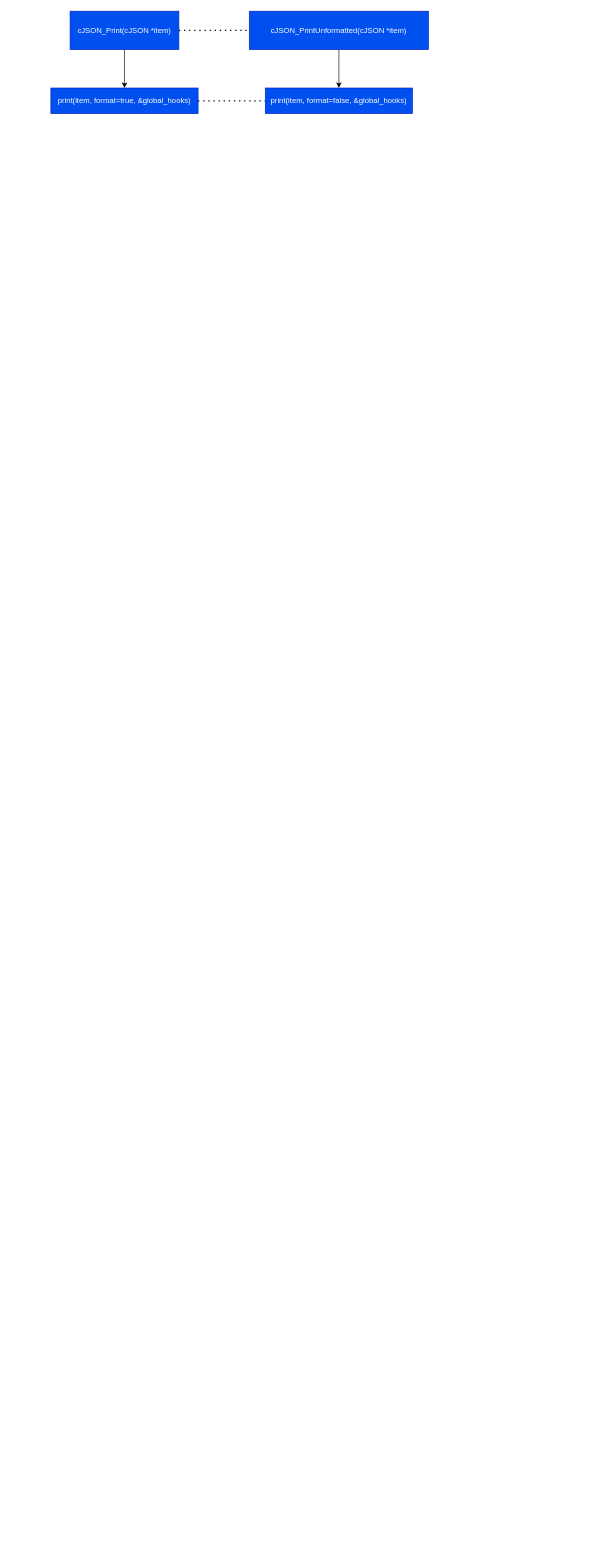
LHX9000/CJSON-NWPU-StudentTask keeps this draw.io diagram as images/创建JSON流程绘图.drawio. Above is the earlier version. Source tidied: cells renumbered, new cells numbered last; positions are measured from the earlier drawing's top-left corner, leaving out a move shared by most shapes. Both pictures are drawn from the tidied source at 64%, with x=0, y=0 at pixel (51, 11).
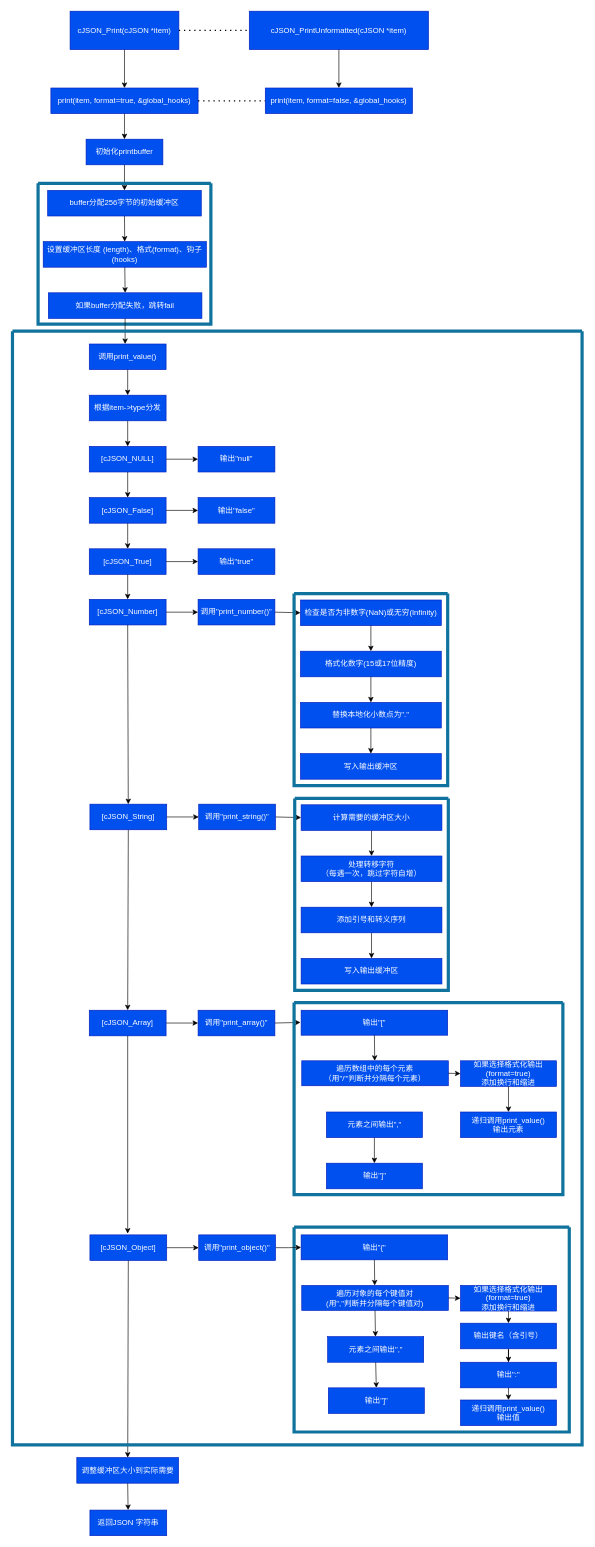
The same page after the edit.

Commit message:
更新创建JSON流程绘图.drawio

The change refers to these unchanged cells:
```xml
<mxCell id="5" value="print(item, format=true, &amp;amp;global_hooks)" style="rounded=0;whiteSpace=wrap;html=1;fillColor=#0050ef;fontColor=#ffffff;strokeColor=#001DBC;" parent="1" vertex="1">
  <mxGeometry y="120" width="230" height="40" as="geometry" />
</mxCell>
```

What changed in the source:
```diff
@@
+    <mxCell id="10" value="初始化printbuffer" style="rounded=0;whiteSpace=wrap;html=1;fillColor=#0050ef;fontColor=#ffffff;strokeColor=#001DBC;" parent="1" vertex="1">
+      <mxGeometry x="55" y="200" width="120" height="40" as="geometry" />
+    </mxCell>
+    <mxCell id="11" style="endArrow=classic;html=1;rounded=0;exitX=0.5;exitY=1;exitDx=0;exitDy=0;entryX=0.5;entryY=0;entryDx=0;entryDy=0;" parent="1" edge="1" source="5" target="10">
+      <mxGeometry relative="1" as="geometry" />
+    </mxCell>
+    <mxCell id="12" value="buffer分配256字节的初始缓冲区" style="rounded=0;whiteSpace=wrap;html=1;fillColor=#0050ef;fontColor=#ffffff;strokeColor=#001DBC;" parent="1" vertex="1">
+      <mxGeometry x="-5" y="280" width="240" height="40" as="geometry" />
+    </mxCell>
+    <mxCell id="13" style="endArrow=classic;html=1;rounded=0;exitX=0.5;exitY=1;exitDx=0;exitDy=0;" parent="1" edge="1" source="10" target="12">
+      <mxGeometry relative="1" as="geometry" />
+    </mxCell>
+    <mxCell id="14" value="设置缓冲区长度 (length)、格式(format)、钩子(hooks)" style="rounded=0;whiteSpace=wrap;html=1;fillColor=#0050ef;fontColor=#ffffff;strokeColor=#001DBC;" parent="1" vertex="1">
+      <mxGeometry x="-12" y="360" width="255" height="40" as="geometry" />
+    </mxCell>
+    <mxCell id="15" style="endArrow=classic;html=1;rounded=0;exitX=0.5;exitY=1;exitDx=0;exitDy=0;" parent="1" edge="1" source="12" target="14">
+      <mxGeometry relative="1" as="geometry" />
+    </mxCell>
+    <mxCell id="16" value="如果buffer分配失败，跳转fail" style="rounded=0;whiteSpace=wrap;html=1;fillColor=#0050ef;fontColor=#ffffff;strokeColor=#001DBC;" parent="1" vertex="1">
+      <mxGeometry x="-4" y="440" width="240" height="40" as="geometry" />
+    </mxCell>
+    <mxCell id="17" style="endArrow=classic;html=1;rounded=0;exitX=0.5;exitY=1;exitDx=0;exitDy=0;entryX=0.5;entryY=0;entryDx=0;entryDy=0;" parent="1" edge="1" source="14" target="16">
+      <mxGeometry relative="1" as="geometry" />
+    </mxCell>
+    <mxCell id="18" style="swimlane;startSize=0;strokeWidth=5;fillColor=#b1ddf0;strokeColor=#10739e;" parent="1" vertex="1">
+      <mxGeometry x="-20" y="269" width="270" height="220" as="geometry" />
+    </mxCell>
+    <mxCell id="19" style="endArrow=classic;html=1;rounded=0;exitX=0.5;exitY=1;exitDx=0;exitDy=0;" parent="1" edge="1" source="16">
+      <mxGeometry relative="1" as="geometry">
+        <mxPoint x="116" y="520" as="targetPoint" />
+      </mxGeometry>
+    </mxCell>
+    <mxCell id="20" value="调用print_value()" style="rounded=0;whiteSpace=wrap;html=1;fillColor=#0050ef;fontColor=#ffffff;strokeColor=#001DBC;" parent="1" vertex="1">
+      <mxGeometry x="60" y="520" width="120" height="40" as="geometry" />
+    </mxCell>
+    <mxCell id="21" value="根据item-&amp;gt;type分发" style="rounded=0;whiteSpace=wrap;html=1;fillColor=#0050ef;fontColor=#ffffff;strokeColor=#001DBC;" parent="1" vertex="1">
+      <mxGeometry x="60" y="600" width="120" height="40" as="geometry" />
+    </mxCell>
+    <mxCell id="22" style="endArrow=classic;html=1;rounded=0;exitX=0.5;exitY=1;exitDx=0;exitDy=0;entryX=0.5;entryY=0;entryDx=0;entryDy=0;" parent="1" edge="1" source="20" target="21">
+      <mxGeometry relative="1" as="geometry" />
+    </mxCell>
+    <mxCell id="23" value="[cJSON_NULL]" style="rounded=0;whiteSpace=wrap;html=1;fillColor=#0050ef;fontColor=#ffffff;strokeColor=#001DBC;" parent="1" vertex="1">
+      <mxGeometry x="60" y="680" width="120" height="40" as="geometry" />
+    </mxCell>
+    <mxCell id="24" value="[cJSON_False]" style="rounded=0;whiteSpace=wrap;html=1;fillColor=#0050ef;fontColor=#ffffff;strokeColor=#001DBC;" parent="1" vertex="1">
+      <mxGeometry x="60" y="760" width="120" height="40" as="geometry" />
+    </mxCell>
+    <mxCell id="25" value="[cJSON_True]" style="rounded=0;whiteSpace=wrap;html=1;fillColor=#0050ef;fontColor=#ffffff;strokeColor=#001DBC;" parent="1" vertex="1">
+      <mxGeometry x="60" y="840" width="120" height="40" as="geometry" />
+    </mxCell>
+    <mxCell id="26" value="[cJSON_Number]" style="rounded=0;whiteSpace=wrap;html=1;fillColor=#0050ef;fontColor=#ffffff;strokeColor=#001DBC;" parent="1" vertex="1">
+      <mxGeometry x="60" y="919" width="120" height="40" as="geometry" />
+    </mxCell>
+    <mxCell id="27" value="输出&quot;null&quot;" style="rounded=0;whiteSpace=wrap;html=1;fillColor=#0050ef;fontColor=#ffffff;strokeColor=#001DBC;" parent="1" vertex="1">
+      <mxGeometry x="230" y="680" width="120" height="40" as="geometry" />
+    </mxCell>
+    <mxCell id="28" value="输出&quot;false&quot;" style="rounded=0;whiteSpace=wrap;html=1;fillColor=#0050ef;fontColor=#ffffff;strokeColor=#001DBC;" parent="1" vertex="1">
+      <mxGeometry x="230" y="760" width="120" height="40" as="geometry" />
+    </mxCell>
+    <mxCell id="29" value="输出&quot;true&quot;" style="rounded=0;whiteSpace=wrap;html=1;fillColor=#0050ef;fontColor=#ffffff;strokeColor=#001DBC;" parent="1" vertex="1">
+      <mxGeometry x="230" y="840" width="120" height="40" as="geometry" />
+    </mxCell>
+    <mxCell id="30" value="调用&quot;print_number()&quot;" style="rounded=0;whiteSpace=wrap;html=1;fillColor=#0050ef;fontColor=#ffffff;strokeColor=#001DBC;" parent="1" vertex="1">
+      <mxGeometry x="230" y="919" width="120" height="40" as="geometry" />
+    </mxCell>
+    <mxCell id="31" style="endArrow=classic;html=1;rounded=0;exitX=0.5;exitY=1;exitDx=0;exitDy=0;entryX=0.5;entryY=0;entryDx=0;entryDy=0;" parent="1" edge="1" source="21" target="23">
+      <mxGeometry relative="1" as="geometry" />
+    </mxCell>
+    <mxCell id="32" style="endArrow=classic;html=1;rounded=0;exitX=0.5;exitY=1;exitDx=0;exitDy=0;entryX=0.5;entryY=0;entryDx=0;entryDy=0;" parent="1" edge="1" source="23" target="24">
+      <mxGeometry relative="1" as="geometry" />
+    </mxCell>
+    <mxCell id="33" style="endArrow=classic;html=1;rounded=0;exitX=0.5;exitY=1;exitDx=0;exitDy=0;" parent="1" edge="1" source="24" target="25">
+      <mxGeometry relative="1" as="geometry" />
+    </mxCell>
+    <mxCell id="34" style="endArrow=classic;html=1;rounded=0;exitX=0.5;exitY=1;exitDx=0;exitDy=0;entryX=0.5;entryY=0;entryDx=0;entryDy=0;" parent="1" edge="1" source="25" target="26">
+      <mxGeometry relative="1" as="geometry" />
+    </mxCell>
+    <mxCell id="35" style="endArrow=classic;html=1;rounded=0;exitX=1;exitY=0.5;exitDx=0;exitDy=0;entryX=0;entryY=0.5;entryDx=0;entryDy=0;" parent="1" edge="1" source="23" target="27">
+      <mxGeometry relative="1" as="geometry" />
+    </mxCell>
+    <mxCell id="36" style="endArrow=classic;html=1;rounded=0;exitX=1;exitY=0.5;exitDx=0;exitDy=0;entryX=0;entryY=0.5;entryDx=0;entryDy=0;" parent="1" edge="1" source="24" target="28">
+      <mxGeometry relative="1" as="geometry" />
+    </mxCell>
+    <mxCell id="37" style="endArrow=classic;html=1;rounded=0;exitX=1;exitY=0.5;exitDx=0;exitDy=0;entryX=0;entryY=0.5;entryDx=0;entryDy=0;" parent="1" edge="1" source="25" target="29">
+      <mxGeometry relative="1" as="geometry" />
+    </mxCell>
+    <mxCell id="38" style="endArrow=classic;html=1;rounded=0;exitX=1;exitY=0.5;exitDx=0;exitDy=0;entryX=0;entryY=0.5;entryDx=0;entryDy=0;" parent="1" edge="1" source="26" target="30">
+      <mxGeometry relative="1" as="geometry" />
+    </mxCell>
+    <mxCell id="39" style="endArrow=classic;html=1;rounded=0;exitX=1;exitY=0.5;exitDx=0;exitDy=0;" parent="1" edge="1" source="30">
+      <mxGeometry relative="1" as="geometry">
+        <mxPoint x="390" y="940" as="targetPoint" />
+      </mxGeometry>
+    </mxCell>
+    <mxCell id="40" value="检查是否为非数字(NaN)或无穷(Infinity)" style="rounded=0;whiteSpace=wrap;html=1;fillColor=#0050ef;fontColor=#ffffff;strokeColor=#001DBC;" parent="1" vertex="1">
+      <mxGeometry x="390" y="920" width="220" height="40" as="geometry" />
+    </mxCell>
+    <mxCell id="41" style="endArrow=classic;html=1;rounded=0;exitX=0.5;exitY=1;exitDx=0;exitDy=0;" parent="1" edge="1" source="40">
+      <mxGeometry relative="1" as="geometry">
+        <mxPoint x="500" y="1000" as="targetPoint" />
+      </mxGeometry>
+    </mxCell>
+    <mxCell id="42" value="格式化数字(15或17位精度)" style="rounded=0;whiteSpace=wrap;html=1;fillColor=#0050ef;fontColor=#ffffff;strokeColor=#001DBC;" parent="1" vertex="1">
+      <mxGeometry x="390" y="1000" width="220" height="40" as="geometry" />
+    </mxCell>
+    <mxCell id="43" value="替换本地化小数点为&quot;.&quot;" style="rounded=0;whiteSpace=wrap;html=1;fillColor=#0050ef;fontColor=#ffffff;strokeColor=#001DBC;" parent="1" vertex="1">
+      <mxGeometry x="390" y="1080" width="220" height="40" as="geometry" />
+    </mxCell>
+    <mxCell id="44" style="endArrow=classic;html=1;rounded=0;exitX=0.5;exitY=1;exitDx=0;exitDy=0;entryX=0.5;entryY=0;entryDx=0;entryDy=0;" parent="1" edge="1" source="42" target="43">
+      <mxGeometry relative="1" as="geometry" />
+    </mxCell>
+    <mxCell id="45" value="写入输出缓冲区" style="rounded=0;whiteSpace=wrap;html=1;fillColor=#0050ef;fontColor=#ffffff;strokeColor=#001DBC;" parent="1" vertex="1">
+      <mxGeometry x="390" y="1160" width="220" height="40" as="geometry" />
+    </mxCell>
+    <mxCell id="46" style="endArrow=classic;html=1;rounded=0;exitX=0.5;exitY=1;exitDx=0;exitDy=0;entryX=0.5;entryY=0;entryDx=0;entryDy=0;" parent="1" edge="1" source="43" target="45">
+      <mxGeometry relative="1" as="geometry" />
+    </mxCell>
+    <mxCell id="47" style="swimlane;startSize=0;strokeWidth=5;fillColor=#b1ddf0;strokeColor=#10739e;" parent="1" vertex="1">
+      <mxGeometry x="380" y="910" width="240" height="300" as="geometry" />
+    </mxCell>
+    <mxCell id="48" style="endArrow=classic;html=1;rounded=0;exitX=1;exitY=0.5;exitDx=0;exitDy=0;entryX=0;entryY=0.5;entryDx=0;entryDy=0;" parent="1" edge="1" source="53" target="54">
+      <mxGeometry relative="1" as="geometry" />
+    </mxCell>
+    <mxCell id="49" style="endArrow=classic;html=1;rounded=0;exitX=1;exitY=0.5;exitDx=0;exitDy=0;" parent="1" edge="1" source="54">
+      <mxGeometry relative="1" as="geometry">
+        <mxPoint x="391" y="1260" as="targetPoint" />
+      </mxGeometry>
+    </mxCell>
+    <mxCell id="50" style="endArrow=classic;html=1;rounded=0;exitX=0.5;exitY=1;exitDx=0;exitDy=0;" parent="1" edge="1" source="55">
+      <mxGeometry relative="1" as="geometry">
+        <mxPoint x="501" y="1320" as="targetPoint" />
+      </mxGeometry>
+    </mxCell>
+    <mxCell id="51" style="endArrow=classic;html=1;rounded=0;exitX=0.5;exitY=1;exitDx=0;exitDy=0;entryX=0.5;entryY=0;entryDx=0;entryDy=0;" parent="1" edge="1" source="56" target="57">
+      <mxGeometry relative="1" as="geometry" />
+    </mxCell>
+    <mxCell id="52" style="endArrow=classic;html=1;rounded=0;exitX=0.5;exitY=1;exitDx=0;exitDy=0;entryX=0.5;entryY=0;entryDx=0;entryDy=0;" parent="1" edge="1" source="57" target="58">
+      <mxGeometry relative="1" as="geometry" />
+    </mxCell>
+    <mxCell id="53" value="[cJSON_String]" style="rounded=0;whiteSpace=wrap;html=1;fillColor=#0050ef;fontColor=#ffffff;strokeColor=#001DBC;" parent="1" vertex="1">
+      <mxGeometry x="61" y="1239" width="120" height="40" as="geometry" />
+    </mxCell>
+    <mxCell id="54" value="调用&quot;print_string()&quot;" style="rounded=0;whiteSpace=wrap;html=1;fillColor=#0050ef;fontColor=#ffffff;strokeColor=#001DBC;" parent="1" vertex="1">
+      <mxGeometry x="231" y="1239" width="120" height="40" as="geometry" />
+    </mxCell>
+    <mxCell id="55" value="计算需要的缓冲区大小" style="rounded=0;whiteSpace=wrap;html=1;fillColor=#0050ef;fontColor=#ffffff;strokeColor=#001DBC;" parent="1" vertex="1">
+      <mxGeometry x="391" y="1240" width="220" height="40" as="geometry" />
+    </mxCell>
+    <mxCell id="56" value="处理转移字符&lt;div&gt;（每遇一次，跳过字符自增）&lt;/div&gt;" style="rounded=0;whiteSpace=wrap;html=1;fillColor=#0050ef;fontColor=#ffffff;strokeColor=#001DBC;" parent="1" vertex="1">
+      <mxGeometry x="391" y="1320" width="220" height="40" as="geometry" />
+    </mxCell>
+    <mxCell id="57" value="添加引号和转义序列" style="rounded=0;whiteSpace=wrap;html=1;fillColor=#0050ef;fontColor=#ffffff;strokeColor=#001DBC;" parent="1" vertex="1">
+      <mxGeometry x="391" y="1400" width="220" height="40" as="geometry" />
+    </mxCell>
+    <mxCell id="58" value="写入输出缓冲区" style="rounded=0;whiteSpace=wrap;html=1;fillColor=#0050ef;fontColor=#ffffff;strokeColor=#001DBC;" parent="1" vertex="1">
+      <mxGeometry x="391" y="1480" width="220" height="40" as="geometry" />
+    </mxCell>
+    <mxCell id="59" style="swimlane;startSize=0;strokeWidth=5;fillColor=#b1ddf0;strokeColor=#10739e;" parent="1" vertex="1">
+      <mxGeometry x="381" y="1230" width="240" height="300" as="geometry" />
+    </mxCell>
+    <mxCell id="60" style="endArrow=classic;html=1;rounded=0;exitX=0.5;exitY=1;exitDx=0;exitDy=0;" parent="1" edge="1" source="26" target="53">
+      <mxGeometry relative="1" as="geometry" />
+    </mxCell>
+    <mxCell id="61" style="endArrow=classic;html=1;rounded=0;exitX=1;exitY=0.5;exitDx=0;exitDy=0;entryX=0;entryY=0.5;entryDx=0;entryDy=0;" parent="1" edge="1" source="62" target="63">
+      <mxGeometry relative="1" as="geometry" />
+    </mxCell>
+    <mxCell id="62" value="[cJSON_Array]" style="rounded=0;whiteSpace=wrap;html=1;fillColor=#0050ef;fontColor=#ffffff;strokeColor=#001DBC;" parent="1" vertex="1">
+      <mxGeometry x="60" y="1561" width="120" height="40" as="geometry" />
+    </mxCell>
+    <mxCell id="63" value="调用&quot;print_array()&quot;" style="rounded=0;whiteSpace=wrap;html=1;fillColor=#0050ef;fontColor=#ffffff;strokeColor=#001DBC;" parent="1" vertex="1">
+      <mxGeometry x="230" y="1561" width="120" height="40" as="geometry" />
+    </mxCell>
+    <mxCell id="64" style="endArrow=classic;html=1;rounded=0;exitX=0.5;exitY=1;exitDx=0;exitDy=0;entryX=0.5;entryY=0;entryDx=0;entryDy=0;" parent="1" edge="1" source="53" target="62">
+      <mxGeometry relative="1" as="geometry" />
+    </mxCell>
+    <mxCell id="65" style="endArrow=classic;html=1;rounded=0;exitX=1;exitY=0.5;exitDx=0;exitDy=0;" parent="1" edge="1" source="63">
+      <mxGeometry relative="1" as="geometry">
+        <mxPoint x="390" y="1580" as="targetPoint" />
+      </mxGeometry>
+    </mxCell>
+    <mxCell id="66" value="输出&quot;[&quot;" style="rounded=0;whiteSpace=wrap;html=1;fillColor=#0050ef;fontColor=#ffffff;strokeColor=#001DBC;" parent="1" vertex="1">
+      <mxGeometry x="391" y="1561" width="229" height="39" as="geometry" />
+    </mxCell>
+    <mxCell id="67" style="endArrow=classic;html=1;rounded=0;exitX=0.5;exitY=1;exitDx=0;exitDy=0;" parent="1" edge="1" source="66">
+      <mxGeometry relative="1" as="geometry">
+        <mxPoint x="506" y="1640" as="targetPoint" />
+      </mxGeometry>
+    </mxCell>
+    <mxCell id="68" value="遍历数组中的每个元素&lt;div&gt;（用&quot;/'&quot;判断并分隔每个元素）&lt;/div&gt;" style="rounded=0;whiteSpace=wrap;html=1;fillColor=#0050ef;fontColor=#ffffff;strokeColor=#001DBC;" parent="1" vertex="1">
+      <mxGeometry x="392" y="1640" width="229" height="39" as="geometry" />
+    </mxCell>
+    <mxCell id="69" style="endArrow=classic;html=1;rounded=0;exitX=1;exitY=0.5;exitDx=0;exitDy=0;" parent="1" edge="1" source="68">
+      <mxGeometry relative="1" as="geometry">
+        <mxPoint x="640" y="1660" as="targetPoint" />
+      </mxGeometry>
+    </mxCell>
+    <mxCell id="70" value="如果选择格式化输出(format=true)&lt;div&gt;添加换行和缩进&lt;/div&gt;" style="rounded=0;whiteSpace=wrap;html=1;fillColor=#0050ef;fontColor=#ffffff;strokeColor=#001DBC;" parent="1" vertex="1">
+      <mxGeometry x="640" y="1640" width="150" height="40" as="geometry" />
+    </mxCell>
+    <mxCell id="71" style="endArrow=classic;html=1;rounded=0;exitX=0.5;exitY=1;exitDx=0;exitDy=0;" parent="1" edge="1" source="70">
+      <mxGeometry relative="1" as="geometry">
+        <mxPoint x="715" y="1720" as="targetPoint" />
+      </mxGeometry>
+    </mxCell>
+    <mxCell id="72" value="递归调用print_value()&lt;div&gt;输出元素&lt;/div&gt;" style="rounded=0;whiteSpace=wrap;html=1;fillColor=#0050ef;fontColor=#ffffff;strokeColor=#001DBC;" parent="1" vertex="1">
+      <mxGeometry x="640" y="1720" width="150" height="40" as="geometry" />
+    </mxCell>
+    <mxCell id="73" value="元素之间输出&quot;,&quot;" style="rounded=0;whiteSpace=wrap;html=1;fillColor=#0050ef;fontColor=#ffffff;strokeColor=#001DBC;" parent="1" vertex="1">
+      <mxGeometry x="430.5" y="1720" width="150" height="40" as="geometry" />
+    </mxCell>
+    <mxCell id="74" style="endArrow=classic;html=1;rounded=0;exitX=0.5;exitY=1;exitDx=0;exitDy=0;" parent="1" edge="1" source="73">
+      <mxGeometry relative="1" as="geometry">
+        <mxPoint x="505.5" y="1800" as="targetPoint" />
+      </mxGeometry>
+    </mxCell>
+    <mxCell id="75" value="输出&quot;]&quot;" style="rounded=0;whiteSpace=wrap;html=1;fillColor=#0050ef;fontColor=#ffffff;strokeColor=#001DBC;" parent="1" vertex="1">
+      <mxGeometry x="430.5" y="1800" width="150" height="40" as="geometry" />
+    </mxCell>
+    <mxCell id="76" style="swimlane;startSize=0;strokeWidth=5;fillColor=#b1ddf0;strokeColor=#10739e;" parent="1" vertex="1">
+      <mxGeometry x="380" y="1549" width="420" height="300" as="geometry" />
+    </mxCell>
+    <mxCell id="77" value="输出&quot;{&quot;" style="rounded=0;whiteSpace=wrap;html=1;fillColor=#0050ef;fontColor=#ffffff;strokeColor=#001DBC;" parent="1" vertex="1">
+      <mxGeometry x="391" y="1912" width="229" height="39" as="geometry" />
+    </mxCell>
+    <mxCell id="78" style="endArrow=classic;html=1;rounded=0;exitX=0.5;exitY=1;exitDx=0;exitDy=0;" parent="1" edge="1" source="77">
+      <mxGeometry relative="1" as="geometry">
+        <mxPoint x="506" y="1991" as="targetPoint" />
+      </mxGeometry>
+    </mxCell>
+    <mxCell id="79" value="遍历对象的每个键值对&lt;div&gt;(用&quot;,&quot;判断并分隔每个键值对)&lt;/div&gt;" style="rounded=0;whiteSpace=wrap;html=1;fillColor=#0050ef;fontColor=#ffffff;strokeColor=#001DBC;" parent="1" vertex="1">
+      <mxGeometry x="392" y="1991" width="229" height="39" as="geometry" />
+    </mxCell>
+    <mxCell id="80" style="endArrow=classic;html=1;rounded=0;exitX=1;exitY=0.5;exitDx=0;exitDy=0;" parent="1" edge="1" source="79">
+      <mxGeometry relative="1" as="geometry">
+        <mxPoint x="640" y="2011" as="targetPoint" />
+      </mxGeometry>
+    </mxCell>
+    <mxCell id="81" style="edgeStyle=orthogonalEdgeStyle;rounded=0;jettySize=auto;html=1;exitX=0.5;exitY=1;exitDx=0;exitDy=0;entryX=0.5;entryY=0;entryDx=0;entryDy=0;" parent="1" edge="1" source="82" target="84">
+      <mxGeometry relative="1" as="geometry" />
+    </mxCell>
+    <mxCell id="82" value="如果选择格式化输出(format=true)&lt;div&gt;添加换行和缩进&lt;/div&gt;" style="rounded=0;whiteSpace=wrap;html=1;fillColor=#0050ef;fontColor=#ffffff;strokeColor=#001DBC;" parent="1" vertex="1">
+      <mxGeometry x="640" y="1991" width="150" height="40" as="geometry" />
+    </mxCell>
+    <mxCell id="83" style="edgeStyle=orthogonalEdgeStyle;rounded=0;jettySize=auto;html=1;exitX=0.5;exitY=1;exitDx=0;exitDy=0;" parent="1" edge="1" source="84" target="89">
+      <mxGeometry relative="1" as="geometry" />
+    </mxCell>
+    <mxCell id="84" value="输出键名（含引号）" style="rounded=0;whiteSpace=wrap;html=1;fillColor=#0050ef;fontColor=#ffffff;strokeColor=#001DBC;" parent="1" vertex="1">
+      <mxGeometry x="640" y="2050" width="150" height="40" as="geometry" />
+    </mxCell>
+    <mxCell id="85" value="元素之间输出&quot;,&quot;" style="rounded=0;whiteSpace=wrap;html=1;fillColor=#0050ef;fontColor=#ffffff;strokeColor=#001DBC;" parent="1" vertex="1">
+      <mxGeometry x="432.5" y="2071" width="150" height="40" as="geometry" />
+    </mxCell>
+    <mxCell id="86" style="endArrow=classic;html=1;rounded=0;exitX=0.5;exitY=1;exitDx=0;exitDy=0;entryX=0.5;entryY=0;entryDx=0;entryDy=0;" parent="1" edge="1" source="85" target="87">
+      <mxGeometry relative="1" as="geometry" />
+    </mxCell>
+    <mxCell id="87" value="输出&quot;]&quot;" style="rounded=0;whiteSpace=wrap;html=1;fillColor=#0050ef;fontColor=#ffffff;strokeColor=#001DBC;" parent="1" vertex="1">
+      <mxGeometry x="433.5" y="2151" width="150" height="40" as="geometry" />
+    </mxCell>
+    <mxCell id="88" style="edgeStyle=orthogonalEdgeStyle;rounded=0;jettySize=auto;html=1;exitX=0.5;exitY=1;exitDx=0;exitDy=0;entryX=0.5;entryY=0;entryDx=0;entryDy=0;" parent="1" edge="1" source="89" target="90">
+      <mxGeometry relative="1" as="geometry" />
+    </mxCell>
+    <mxCell id="89" value="输出&quot;:&quot;" style="rounded=0;whiteSpace=wrap;html=1;fillColor=#0050ef;fontColor=#ffffff;strokeColor=#001DBC;" parent="1" vertex="1">
+      <mxGeometry x="640" y="2111" width="150" height="40" as="geometry" />
+    </mxCell>
+    <mxCell id="90" value="递归调用print_value()&lt;div&gt;输出值&lt;/div&gt;" style="rounded=0;whiteSpace=wrap;html=1;fillColor=#0050ef;fontColor=#ffffff;strokeColor=#001DBC;" parent="1" vertex="1">
+      <mxGeometry x="640" y="2170" width="150" height="40" as="geometry" />
+    </mxCell>
+    <mxCell id="91" style="endArrow=classic;html=1;rounded=0;exitX=0.5;exitY=1;exitDx=0;exitDy=0;" parent="1" edge="1" source="79" target="85">
+      <mxGeometry relative="1" as="geometry" />
+    </mxCell>
+    <mxCell id="92" style="swimlane;startSize=0;strokeWidth=5;fillColor=#b1ddf0;strokeColor=#10739e;" parent="1" vertex="1">
+      <mxGeometry x="380" y="1900" width="430" height="320" as="geometry" />
+    </mxCell>
+    <mxCell id="93" style="endArrow=classic;html=1;rounded=0;exitX=1;exitY=0.5;exitDx=0;exitDy=0;entryX=0;entryY=0.5;entryDx=0;entryDy=0;" parent="1" edge="1" source="94" target="96">
+      <mxGeometry relative="1" as="geometry" />
+    </mxCell>
+    <mxCell id="94" value="[cJSON_Object]" style="rounded=0;whiteSpace=wrap;html=1;fillColor=#0050ef;fontColor=#ffffff;strokeColor=#001DBC;" parent="1" vertex="1">
+      <mxGeometry x="61" y="1912" width="120" height="40" as="geometry" />
+    </mxCell>
+    <mxCell id="95" style="edgeStyle=orthogonalEdgeStyle;rounded=0;jettySize=auto;html=1;exitX=1;exitY=0.5;exitDx=0;exitDy=0;" parent="1" edge="1" source="96" target="77">
+      <mxGeometry relative="1" as="geometry" />
+    </mxCell>
+    <mxCell id="96" value="调用&quot;print_object()&quot;" style="rounded=0;whiteSpace=wrap;html=1;fillColor=#0050ef;fontColor=#ffffff;strokeColor=#001DBC;" parent="1" vertex="1">
+      <mxGeometry x="231" y="1912" width="120" height="40" as="geometry" />
+    </mxCell>
+    <mxCell id="97" style="endArrow=classic;html=1;rounded=0;exitX=0.5;exitY=1;exitDx=0;exitDy=0;" parent="1" edge="1" source="62">
+      <mxGeometry relative="1" as="geometry">
+        <mxPoint x="120" y="1910" as="targetPoint" />
+      </mxGeometry>
+    </mxCell>
+    <mxCell id="98" value="调整缓冲区大小到实际需要" style="rounded=0;whiteSpace=wrap;html=1;fillColor=#0050ef;fontColor=#ffffff;strokeColor=#001DBC;" parent="1" vertex="1">
+      <mxGeometry x="40.5" y="2260" width="159" height="40" as="geometry" />
+    </mxCell>
+    <mxCell id="99" value="返回JSON 字符串" style="rounded=0;whiteSpace=wrap;html=1;fillColor=#0050ef;fontColor=#ffffff;strokeColor=#001DBC;" parent="1" vertex="1">
+      <mxGeometry x="61" y="2342" width="120" height="40" as="geometry" />
+    </mxCell>
+    <mxCell id="100" style="endArrow=classic;html=1;rounded=0;exitX=0.5;exitY=1;exitDx=0;exitDy=0;" parent="1" edge="1" source="94" target="98">
+      <mxGeometry relative="1" as="geometry" />
+    </mxCell>
+    <mxCell id="101" style="endArrow=classic;html=1;rounded=0;exitX=0.5;exitY=1;exitDx=0;exitDy=0;" parent="1" edge="1" source="98" target="99">
+      <mxGeometry relative="1" as="geometry" />
+    </mxCell>
+    <mxCell id="102" style="swimlane;startSize=0;strokeWidth=5;fillColor=#b1ddf0;strokeColor=#10739e;" parent="1" vertex="1">
+      <mxGeometry x="-60" y="500" width="890" height="1740" as="geometry" />
+    </mxCell>
```
